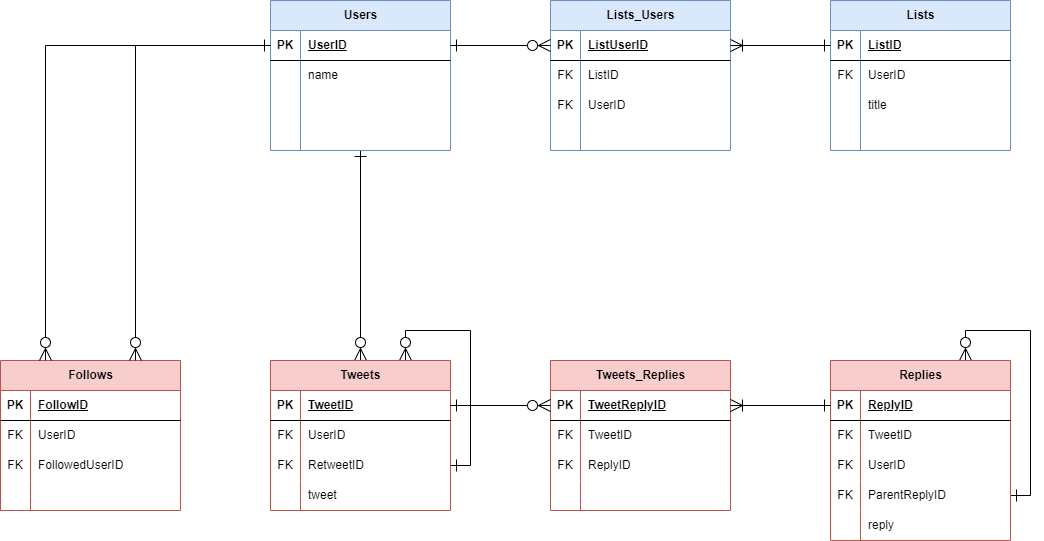
This is Twitter.drawio.png from npakk/fjord-database-erd-practice, a draw.io export, as it was before one commit. Source tidied: cells renumbered, new cells last; positions are measured from the earlier drawing's top-left corner, leaving out a move shared by most shapes.
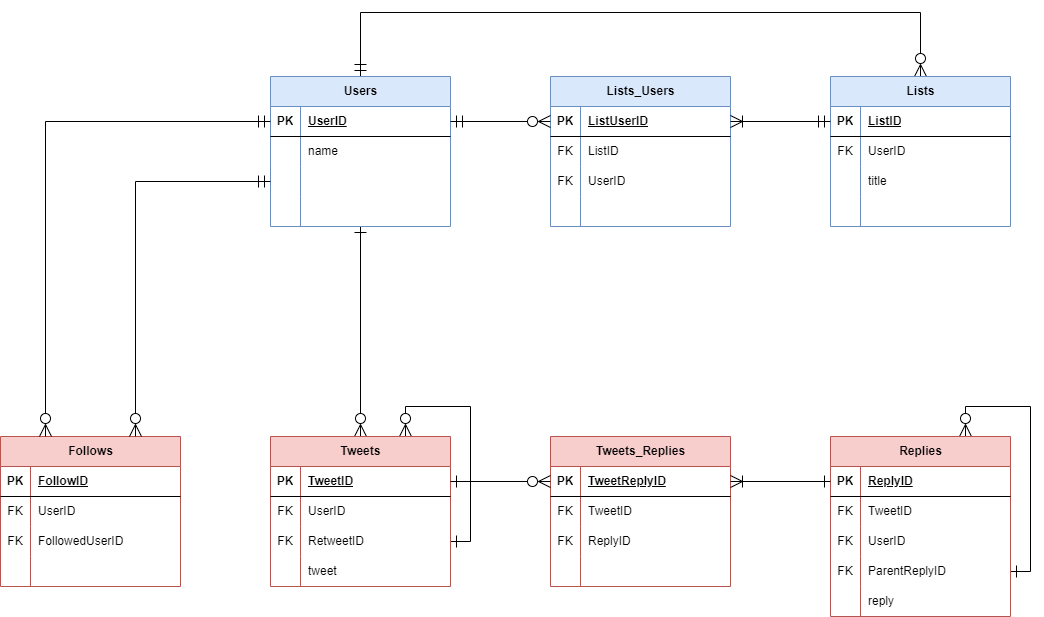
After the commit.

Commit message:
Twitter.drawio.png を更新します

What changed in the source:
```diff
@@ -5,6 +5,14 @@
     <mxCell id="2" style="edgeStyle=orthogonalEdgeStyle;rounded=0;jettySize=auto;html=1;entryX=0.5;entryY=0;entryDx=0;entryDy=0;endSize=10;startSize=10;endArrow=ERzeroToMany;endFill=0;startArrow=ERone;startFill=0;" parent="1" edge="1" source="3" target="18">
       <mxGeometry relative="1" as="geometry" />
     </mxCell>
+    <mxCell id="106" style="edgeStyle=orthogonalEdgeStyle;rounded=0;jettySize=auto;html=1;exitX=0.5;exitY=0;exitDx=0;exitDy=0;entryX=0.5;entryY=0;entryDx=0;entryDy=0;endSize=10;startSize=10;endArrow=ERzeroToMany;endFill=0;startArrow=ERmandOne;startFill=0;" parent="1" edge="1" source="3" target="60">
+      <mxGeometry relative="1" as="geometry">
+        <Array as="points">
+          <mxPoint x="360" y="-64" />
+          <mxPoint x="920" y="-64" />
+        </Array>
+      </mxGeometry>
+    </mxCell>
     <mxCell id="3" value="Users" style="shape=table;startSize=30;rowLines=0;fontStyle=1;align=center;html=1;fillColor=#dae8fc;strokeColor=#6c8ebf;" parent="1" vertex="1">
       <mxGeometry x="270" width="180" height="150" as="geometry" />
     </mxCell>
@@ -266,27 +274,27 @@
     <mxCell id="85" style="shape=partialRectangle;fillColor=none;top=0;left=0;bottom=0;right=0;align=left;spacingLeft=6;overflow=hidden;whiteSpace=wrap;html=1;" parent="83" vertex="1">
       <mxGeometry x="30" width="150" height="30" as="geometry" />
     </mxCell>
-    <mxCell id="86" style="edgeStyle=orthogonalEdgeStyle;rounded=0;jettySize=auto;html=1;exitX=0;exitY=0.5;exitDx=0;exitDy=0;entryX=0.25;entryY=0;entryDx=0;entryDy=0;endArrow=ERzeroToMany;endFill=0;endSize=10;startSize=10;" parent="1" edge="1" source="4" target="47">
+    <mxCell id="86" style="edgeStyle=orthogonalEdgeStyle;rounded=0;jettySize=auto;html=1;exitX=0;exitY=0.5;exitDx=0;exitDy=0;entryX=0.25;entryY=0;entryDx=0;entryDy=0;endArrow=ERzeroToMany;endFill=0;endSize=10;startSize=10;startArrow=ERmandOne;startFill=0;" parent="1" edge="1" source="4" target="47">
       <mxGeometry relative="1" as="geometry">
         <Array as="points">
           <mxPoint x="45" y="45" />
         </Array>
       </mxGeometry>
     </mxCell>
-    <mxCell id="87" style="edgeStyle=orthogonalEdgeStyle;rounded=0;jettySize=auto;html=1;exitX=0;exitY=0.5;exitDx=0;exitDy=0;entryX=0.75;entryY=0;entryDx=0;entryDy=0;endArrow=ERzeroToMany;endFill=0;startArrow=ERone;startFill=0;curved=0;endSize=10;startSize=10;" parent="1" edge="1" source="4" target="47">
+    <mxCell id="87" style="edgeStyle=orthogonalEdgeStyle;rounded=0;jettySize=auto;html=1;entryX=0.75;entryY=0;entryDx=0;entryDy=0;endArrow=ERzeroToMany;endFill=0;startArrow=ERmandOne;startFill=0;curved=0;endSize=10;startSize=10;exitX=0;exitY=0.5;exitDx=0;exitDy=0;" parent="1" edge="1" source="10" target="47">
       <mxGeometry relative="1" as="geometry">
         <Array as="points">
-          <mxPoint x="135" y="45" />
+          <mxPoint x="135" y="105" />
         </Array>
       </mxGeometry>
     </mxCell>
     <mxCell id="88" style="edgeStyle=orthogonalEdgeStyle;rounded=0;jettySize=auto;html=1;entryX=0.5;entryY=0;entryDx=0;entryDy=0;endSize=10;startSize=10;endArrow=ERzeroToMany;endFill=0;startArrow=ERone;startFill=0;" parent="1" edge="1" source="x" target="31">
       <mxGeometry relative="1" as="geometry" />
     </mxCell>
-    <mxCell id="89" style="edgeStyle=orthogonalEdgeStyle;rounded=0;jettySize=auto;html=1;exitX=1;exitY=0.5;exitDx=0;exitDy=0;entryX=0;entryY=0.5;entryDx=0;entryDy=0;endSize=10;startSize=10;endArrow=ERzeroToMany;endFill=0;startArrow=ERone;startFill=0;" parent="1" edge="1" source="4" target="74">
+    <mxCell id="89" style="edgeStyle=orthogonalEdgeStyle;rounded=0;jettySize=auto;html=1;exitX=1;exitY=0.5;exitDx=0;exitDy=0;entryX=0;entryY=0.5;entryDx=0;entryDy=0;endSize=10;startSize=10;endArrow=ERzeroToMany;endFill=0;startArrow=ERmandOne;startFill=0;" parent="1" edge="1" source="4" target="74">
       <mxGeometry relative="1" as="geometry" />
     </mxCell>
-    <mxCell id="90" style="edgeStyle=orthogonalEdgeStyle;rounded=0;jettySize=auto;html=1;entryX=1;entryY=0.5;entryDx=0;entryDy=0;endSize=10;startSize=10;endArrow=ERoneToMany;endFill=0;startArrow=ERone;startFill=0;" parent="1" edge="1" source="61" target="74">
+    <mxCell id="90" style="edgeStyle=orthogonalEdgeStyle;rounded=0;jettySize=auto;html=1;entryX=1;entryY=0.5;entryDx=0;entryDy=0;endSize=10;startSize=10;endArrow=ERoneToMany;endFill=0;startArrow=ERmandOne;startFill=0;" parent="1" edge="1" source="61" target="74">
       <mxGeometry relative="1" as="geometry" />
     </mxCell>
     <mxCell id="91" value="Tweets_Replies" style="shape=table;startSize=30;rowLines=0;fontStyle=1;align=center;html=1;fillColor=#f8cecc;strokeColor=#b85450;" parent="1" vertex="1">
```
